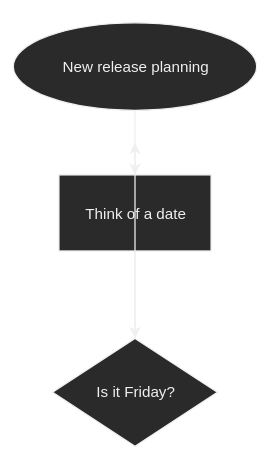
Above: Reference project/Documents/Planning/New release diagram.svg in priest103/kb-obsidian-template (draw.io), before the change. Source tidied: cells renumbered, new cells last; positions are measured from the earlier drawing's top-left corner, leaving out a move shared by most shapes.
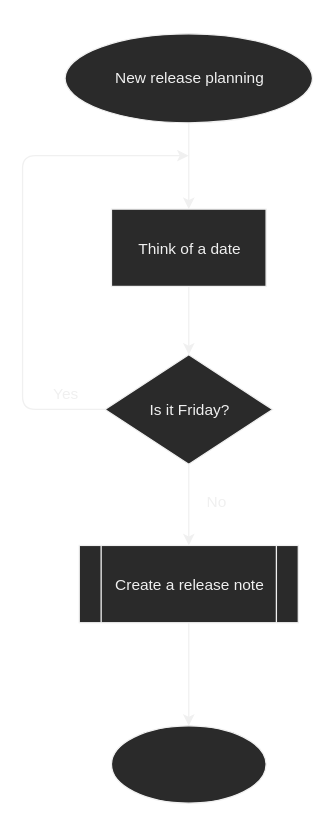
The same diagram one commit later.

Commit message:
vault backup: 2023-05-18 09:36:43

The edit, as a diff of the source:
```diff
@@ -12,15 +12,36 @@
       <mxGeometry relative="1" as="geometry" />
     </mxCell>
     <mxCell id="5" value="Think of a date" style="whiteSpace=wrap;html=1;" parent="1" vertex="1">
-      <mxGeometry x="36" y="120" width="120" height="60" as="geometry" />
+      <mxGeometry x="36" y="136" width="120" height="60" as="geometry" />
     </mxCell>
     <mxCell id="6" style="edgeStyle=elbowEdgeStyle;html=1;" parent="1" edge="1" source="7">
       <mxGeometry relative="1" as="geometry">
         <mxPoint x="96" y="94.5" as="targetPoint" />
+        <Array as="points">
+          <mxPoint x="-33" y="172" />
+        </Array>
       </mxGeometry>
     </mxCell>
+    <mxCell id="8" style="edgeStyle=elbowEdgeStyle;html=1;" parent="1" edge="1" source="7" target="11">
+      <mxGeometry relative="1" as="geometry" />
+    </mxCell>
     <mxCell id="7" value="Is it Friday?" style="rhombus;whiteSpace=wrap;html=1;" parent="1" vertex="1">
       <mxGeometry x="31" y="249" width="130" height="85" as="geometry" />
     </mxCell>
+    <mxCell id="9" value="Yes" style="text;html=1;strokeColor=none;fillColor=none;align=center;verticalAlign=middle;whiteSpace=wrap;rounded=0;" parent="1" vertex="1">
+      <mxGeometry x="-20" y="269" width="40" height="20" as="geometry" />
+    </mxCell>
+    <mxCell id="10" style="edgeStyle=elbowEdgeStyle;html=1;" parent="1" edge="1" source="11" target="13">
+      <mxGeometry relative="1" as="geometry" />
+    </mxCell>
+    <mxCell id="11" value="Create a release note" style="shape=process;whiteSpace=wrap;html=1;backgroundOutline=1;" parent="1" vertex="1">
+      <mxGeometry x="11" y="397" width="170" height="60" as="geometry" />
+    </mxCell>
+    <mxCell id="12" value="No" style="text;html=1;strokeColor=none;fillColor=none;align=center;verticalAlign=middle;whiteSpace=wrap;rounded=0;" parent="1" vertex="1">
+      <mxGeometry x="97" y="353" width="40" height="20" as="geometry" />
+    </mxCell>
+    <mxCell id="13" style="ellipse;whiteSpace=wrap;html=1;" parent="1" vertex="1">
+      <mxGeometry x="36" y="537" width="120" height="60" as="geometry" />
+    </mxCell>
   </root>
 </mxGraphModel>
```
